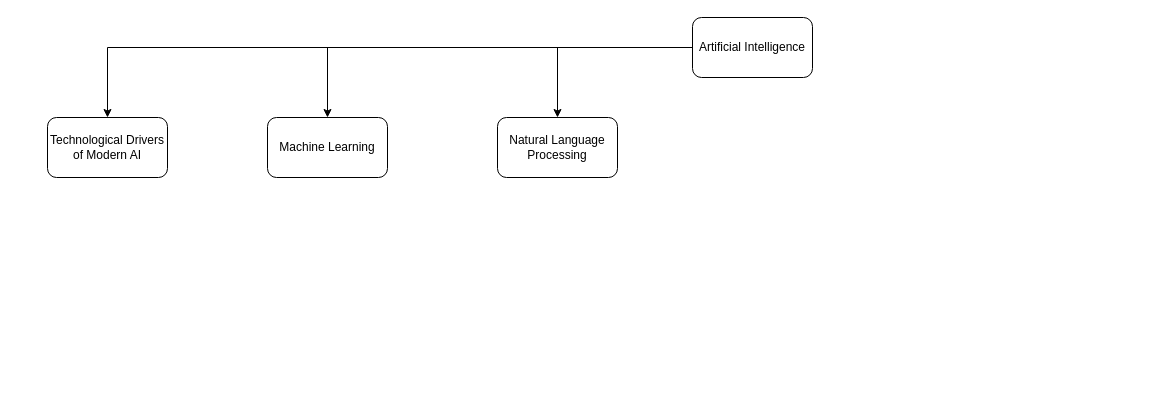
Above: Diagram/Untitled Diagram.drawio in fauzan923/Framework-dan-Use-Case-Artificial-Intelligence (draw.io), before the change. Source tidied: cells renumbered, new cells numbered last; positions are measured from the earlier drawing's top-left corner, leaving out a move shared by most shapes. Both pictures are drawn from the tidied source at 100%, with x=0, y=0 at pixel (47, 17).
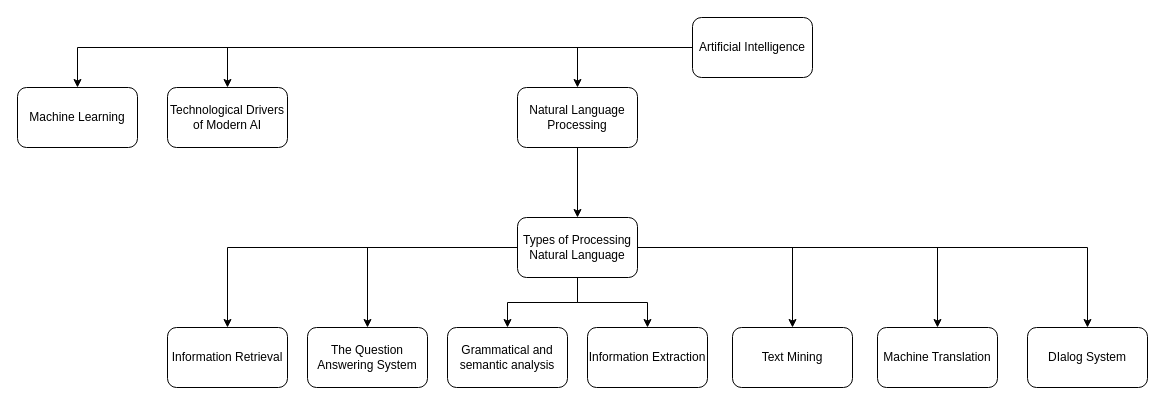
The same diagram, later.

The change refers to these unchanged cells:
```xml
<mxCell id="5" value="Artificial Intelligence" style="rounded=1;whiteSpace=wrap;html=1;" parent="1" vertex="1">
  <mxGeometry x="645" width="120" height="60" as="geometry" />
</mxCell>
```

Change to the diagram source:
```diff
@@
-    <mxCell id="4" style="edgeStyle=orthogonalEdgeStyle;rounded=0;jettySize=auto;html=1;" parent="1" edge="1" source="5" target="8">
+    <mxCell id="4" style="edgeStyle=orthogonalEdgeStyle;rounded=0;jettySize=auto;html=1;entryX=0.5;entryY=0;entryDx=0;entryDy=0;" parent="1" edge="1" source="5" target="24">
       <mxGeometry relative="1" as="geometry" />
     </mxCell>
@@
     <mxCell id="6" value="Machine Learning" style="rounded=1;whiteSpace=wrap;html=1;" parent="1" vertex="1" collapsed="1">
-      <mxGeometry x="220" y="100" width="120" height="60" as="geometry" />
+      <mxGeometry x="-30" y="70" width="120" height="60" as="geometry" />
     </mxCell>
     <mxCell id="7" value="Technological Drivers of Modern AI" style="rounded=1;whiteSpace=wrap;html=1;" parent="1" vertex="1" collapsed="1">
-      <mxGeometry y="100" width="120" height="60" as="geometry" />
+      <mxGeometry x="120" y="70" width="120" height="60" as="geometry" />
     </mxCell>
+    <mxCell id="9" style="edgeStyle=orthogonalEdgeStyle;rounded=0;jettySize=auto;html=1;" parent="1" edge="1" source="8" target="16">
+      <mxGeometry relative="1" as="geometry" />
+    </mxCell>
+    <mxCell id="10" style="edgeStyle=orthogonalEdgeStyle;rounded=0;jettySize=auto;html=1;" parent="1" edge="1" source="8" target="17">
+      <mxGeometry relative="1" as="geometry" />
+    </mxCell>
+    <mxCell id="11" style="edgeStyle=orthogonalEdgeStyle;rounded=0;jettySize=auto;html=1;" parent="1" edge="1" source="8" target="18">
+      <mxGeometry relative="1" as="geometry" />
+    </mxCell>
+    <mxCell id="12" style="edgeStyle=orthogonalEdgeStyle;rounded=0;jettySize=auto;html=1;" parent="1" edge="1" source="8" target="19">
+      <mxGeometry relative="1" as="geometry" />
+    </mxCell>
+    <mxCell id="13" style="edgeStyle=orthogonalEdgeStyle;rounded=0;jettySize=auto;html=1;" parent="1" edge="1" source="8" target="20">
+      <mxGeometry relative="1" as="geometry" />
+    </mxCell>
+    <mxCell id="14" style="edgeStyle=orthogonalEdgeStyle;rounded=0;jettySize=auto;html=1;" parent="1" edge="1" source="8" target="21">
+      <mxGeometry relative="1" as="geometry" />
+    </mxCell>
+    <mxCell id="15" style="edgeStyle=orthogonalEdgeStyle;rounded=0;jettySize=auto;html=1;" parent="1" edge="1" source="8" target="22">
+      <mxGeometry relative="1" as="geometry" />
+    </mxCell>
-    <mxCell id="8" value="Natural Language Processing" style="rounded=1;whiteSpace=wrap;html=1;" parent="1" vertex="1">
-      <mxGeometry x="450" y="100" width="120" height="60" as="geometry" />
+    <mxCell id="8" value="Types of Processing Natural Language" style="rounded=1;whiteSpace=wrap;html=1;" parent="1" vertex="1">
+      <mxGeometry x="470" y="200" width="120" height="60" as="geometry" />
     </mxCell>
+    <mxCell id="16" value="Grammatical and semantic analysis" style="rounded=1;whiteSpace=wrap;html=1;" parent="1" vertex="1">
+      <mxGeometry x="400" y="310" width="120" height="60" as="geometry" />
+    </mxCell>
+    <mxCell id="17" value="Information Extraction" style="rounded=1;whiteSpace=wrap;html=1;" parent="1" vertex="1">
+      <mxGeometry x="540" y="310" width="120" height="60" as="geometry" />
+    </mxCell>
+    <mxCell id="18" value="Text Mining" style="rounded=1;whiteSpace=wrap;html=1;" parent="1" vertex="1">
+      <mxGeometry x="685" y="310" width="120" height="60" as="geometry" />
+    </mxCell>
+    <mxCell id="19" value="Information Retrieval" style="rounded=1;whiteSpace=wrap;html=1;" parent="1" vertex="1">
+      <mxGeometry x="120" y="310" width="120" height="60" as="geometry" />
+    </mxCell>
+    <mxCell id="20" value="Machine Translation" style="rounded=1;whiteSpace=wrap;html=1;" parent="1" vertex="1">
+      <mxGeometry x="830" y="310" width="120" height="60" as="geometry" />
+    </mxCell>
+    <mxCell id="21" value="The Question Answering System" style="rounded=1;whiteSpace=wrap;html=1;" parent="1" vertex="1">
+      <mxGeometry x="260" y="310" width="120" height="60" as="geometry" />
+    </mxCell>
+    <mxCell id="22" value="DIalog System" style="rounded=1;whiteSpace=wrap;html=1;" parent="1" vertex="1">
+      <mxGeometry x="980" y="310" width="120" height="60" as="geometry" />
+    </mxCell>
+    <mxCell id="23" style="edgeStyle=orthogonalEdgeStyle;rounded=0;jettySize=auto;html=1;" parent="1" edge="1" source="24" target="8">
+      <mxGeometry relative="1" as="geometry" />
+    </mxCell>
+    <mxCell id="24" value="Natural Language Processing" style="rounded=1;whiteSpace=wrap;html=1;" parent="1" vertex="1">
+      <mxGeometry x="470" y="70" width="120" height="60" as="geometry" />
+    </mxCell>
```
